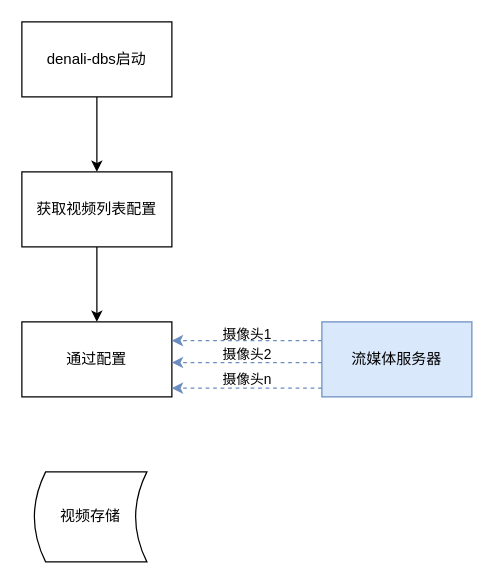
This is page "存储视频" (3 of 3) of dbs.drawio from gggyx/wyx, a draw.io file, before an edit. Source tidied: cells renumbered, new cells numbered last; positions are measured from the earlier drawing's top-left corner, leaving out a move shared by most shapes. Both pictures are drawn from the tidied source at 125%, with x=0, y=0 at pixel (21, 21).
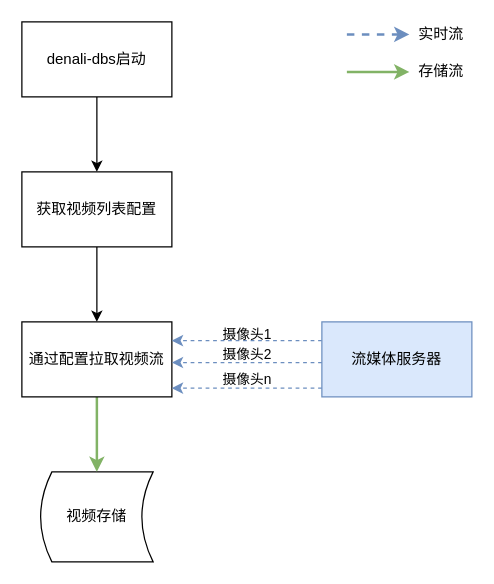
The same diagram, later.

Diff of the diagram source:
```diff
@@
     <mxCell id="4" value="视频存储" style="shape=dataStorage;whiteSpace=wrap;html=1;" parent="1" vertex="1">
-      <mxGeometry x="10" y="360" width="90" height="72" as="geometry" />
+      <mxGeometry x="15" y="360" width="90" height="72" as="geometry" />
     </mxCell>
@@
+    <mxCell id="15" style="edgeStyle=orthogonalEdgeStyle;rounded=1;jettySize=auto;html=1;exitX=0.5;exitY=1;exitDx=0;exitDy=0;strokeWidth=2;fillColor=#d5e8d4;strokeColor=#82b366;" parent="1" edge="1" source="7" target="4">
+      <mxGeometry relative="1" as="geometry" />
+    </mxCell>
-    <mxCell id="7" value="通过配置" style="rounded=0;whiteSpace=wrap;html=1;" parent="1" vertex="1">
+    <mxCell id="7" value="通过配置拉取视频流" style="rounded=0;whiteSpace=wrap;html=1;" parent="1" vertex="1">
       <mxGeometry y="240" width="120" height="60" as="geometry" />
     </mxCell>
@@
+    <mxCell id="16" style="group;" parent="1" vertex="1">
+      <mxGeometry x="260" y="30" width="100" height="20" as="geometry" />
+    </mxCell>
+    <mxCell id="17" style="endArrow=classic;html=1;strokeWidth=2;fillColor=#d5e8d4;strokeColor=#82b366;" parent="16" edge="1">
+      <mxGeometry relative="1" as="geometry">
+        <mxPoint y="10" as="sourcePoint" />
+        <mxPoint x="50" y="10" as="targetPoint" />
+      </mxGeometry>
+    </mxCell>
+    <mxCell id="18" value="存储流" style="text;html=1;align=center;verticalAlign=middle;" parent="16" vertex="1">
+      <mxGeometry x="50" width="50" height="20" as="geometry" />
+    </mxCell>
+    <mxCell id="19" style="group;" parent="1" vertex="1">
+      <mxGeometry x="260" width="100" height="20" as="geometry" />
+    </mxCell>
+    <mxCell id="20" style="endArrow=classic;html=1;dashed=1;strokeWidth=2;fillColor=#dae8fc;strokeColor=#6c8ebf;" parent="19" edge="1">
+      <mxGeometry relative="1" as="geometry">
+        <mxPoint y="10" as="sourcePoint" />
+        <mxPoint x="50" y="10" as="targetPoint" />
+      </mxGeometry>
+    </mxCell>
+    <mxCell id="21" value="实时流" style="text;html=1;align=center;verticalAlign=middle;" parent="19" vertex="1">
+      <mxGeometry x="50" width="50" height="20" as="geometry" />
+    </mxCell>
```
